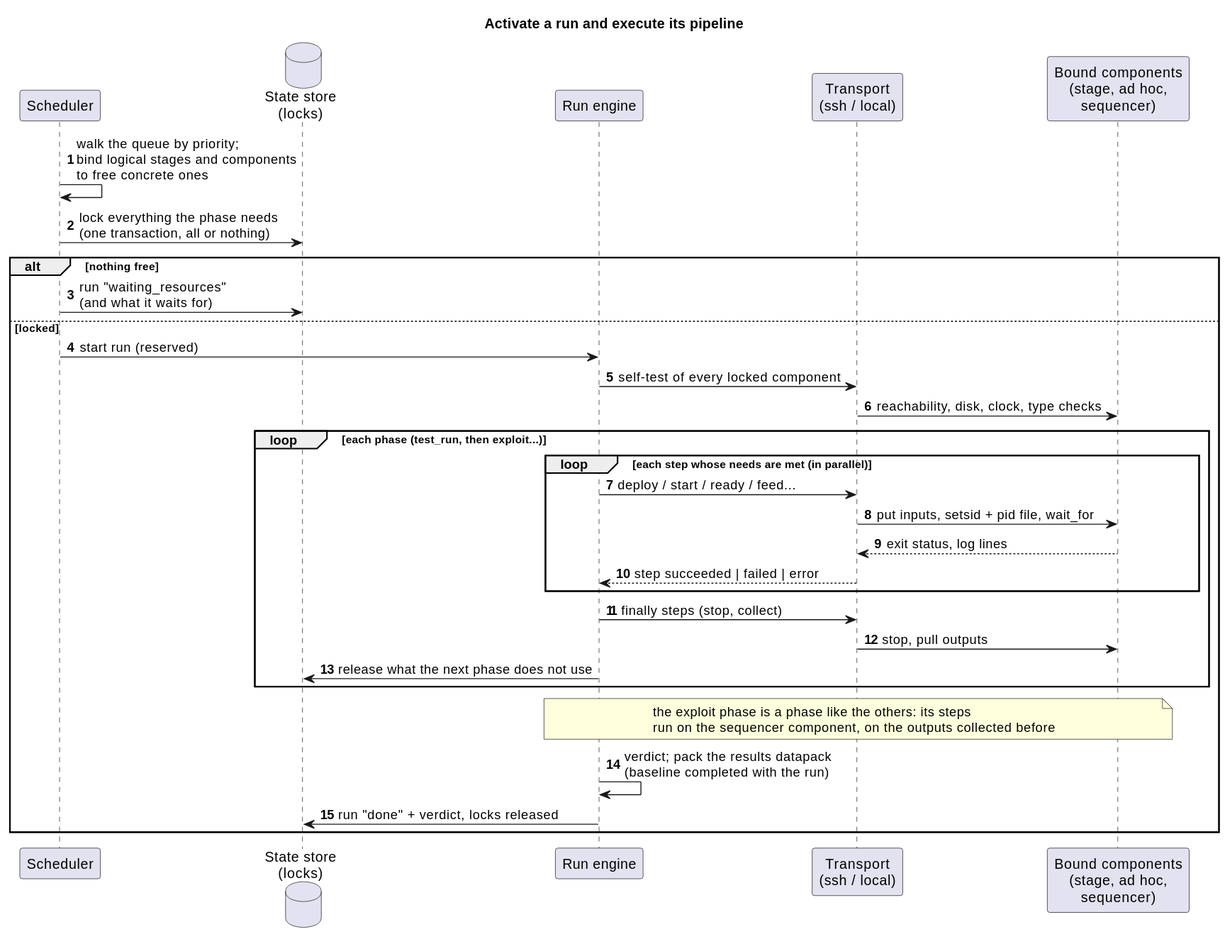
Earlier version of the PlantUML export docs/diagrams/seq_run.svg (laurentmldev/testsuit).
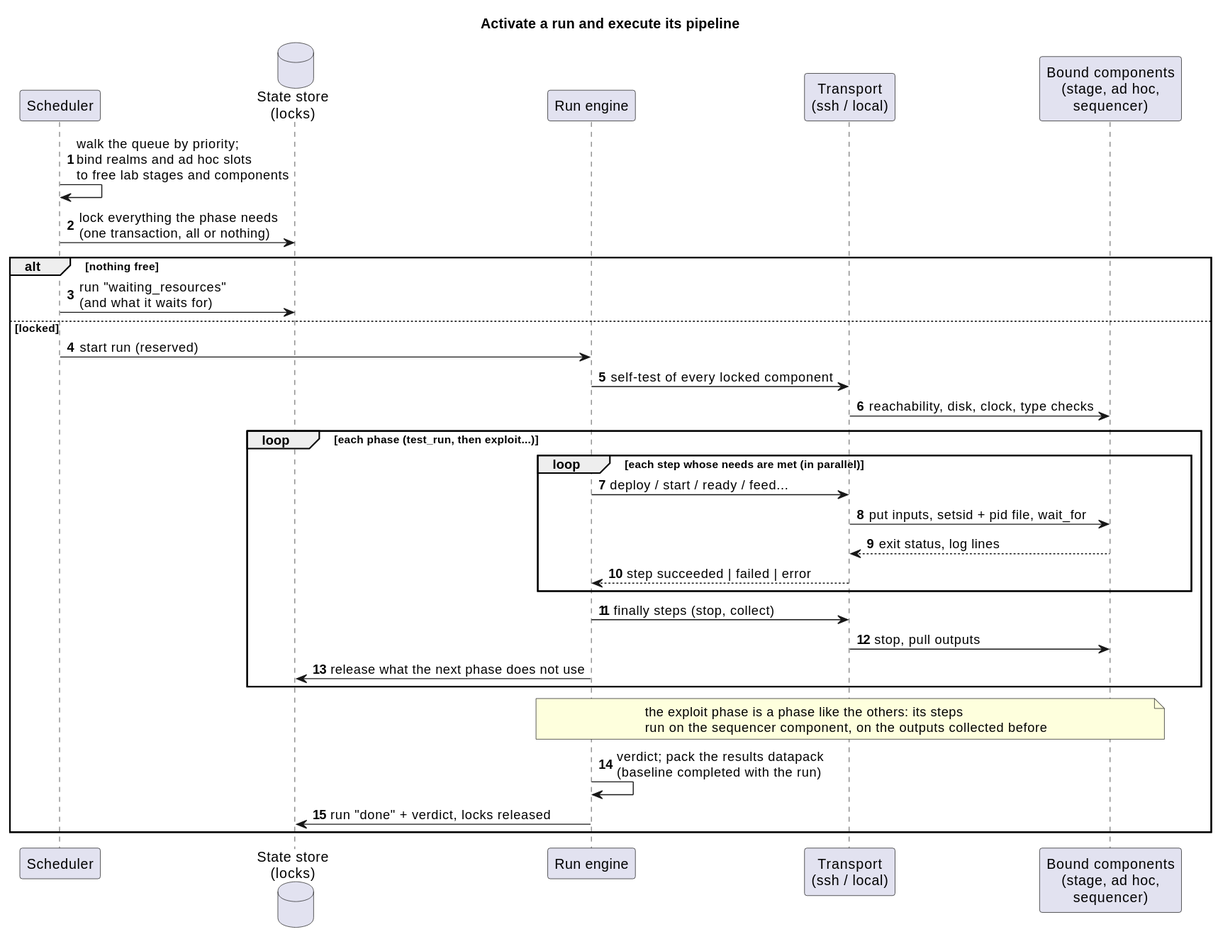
Later version of the same file.

Change to the diagram source:
```diff
@@ -10,7 +10,7 @@
 participant "Transport\n(ssh / local)" as tr
 participant "Bound components\n(stage, ad hoc,\nsequencer)" as comp
 
-sched -> sched : walk the queue by priority;\nbind logical stages and components\nto free concrete ones
+sched -> sched : walk the queue by priority;\nbind realms and ad hoc slots\nto free lab stages and components
 sched -> store : lock everything the phase needs\n(one transaction, all or nothing)
 alt nothing free
   sched -> store : run "waiting_resources"\n(and what it waits for)
```
